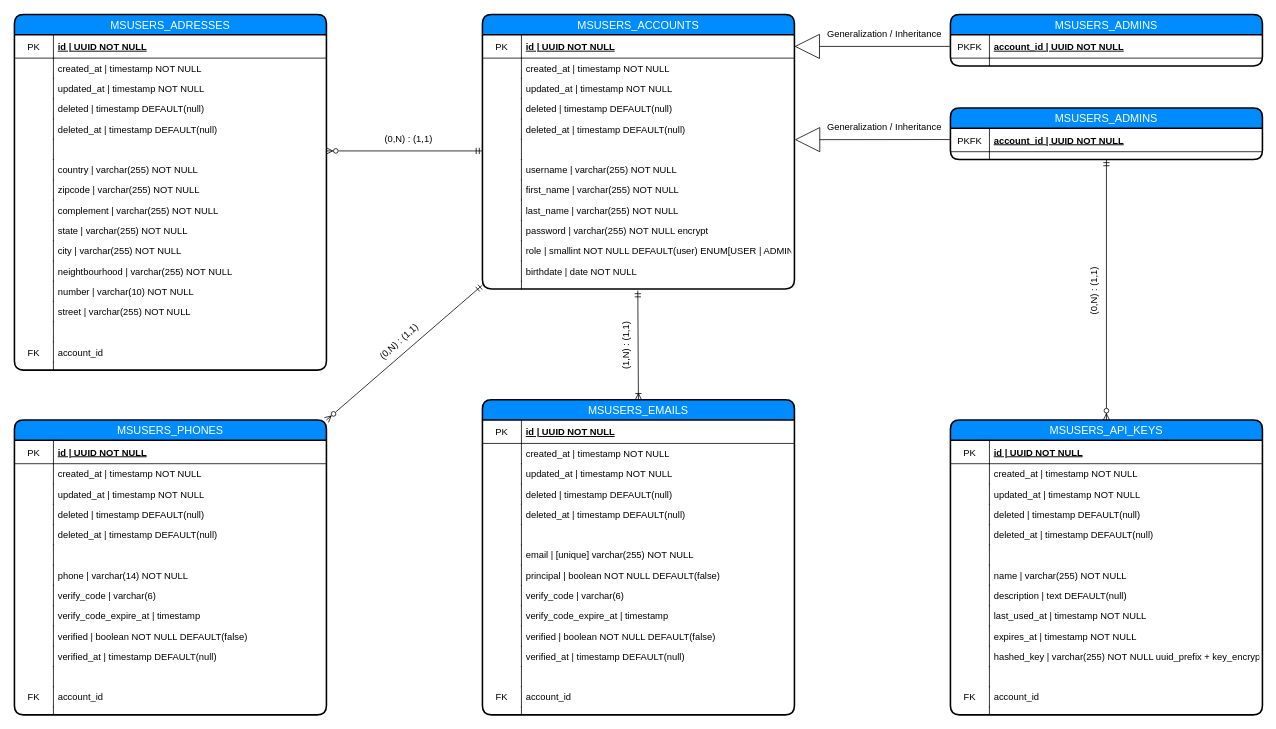
Above: page "Generic Microservice Accounts" (2 of 2) of diagrams/database-diagram.drawio in BrunoTanabe/generic-microservice-users (draw.io), before the change. Source tidied: cells renumbered, new cells numbered last; positions are measured from the earlier drawing's top-left corner, leaving out a move shared by most shapes. Both pictures are drawn from the tidied source at 78%, with x=0, y=0 at pixel (14, 14).
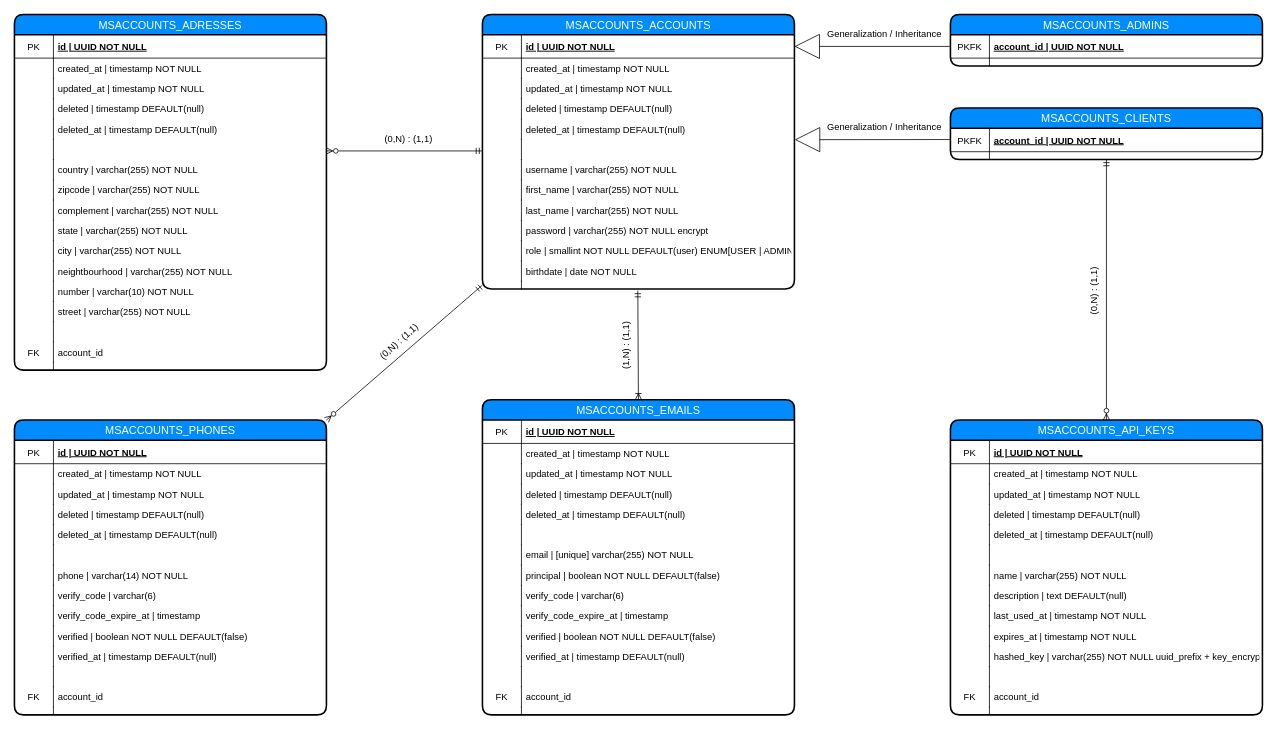
After the change.

Change to the diagram source:
```diff
@@
-    <mxCell id="2" value="MSUSERS_PHONES" style="swimlane;fontStyle=0;horizontal=1;startSize=26;fillColor=#008CFF;swimlaneFillColor=#ffffff;align=center;fontSize=14;strokeColor=#000000;gradientColor=none;strokeWidth=2;rounded=1;fontColor=#FFFFFF;" parent="1" vertex="1">
+    <mxCell id="2" value="MSACCOUNTS_PHONES" style="swimlane;fontStyle=0;horizontal=1;startSize=26;fillColor=#008CFF;swimlaneFillColor=#ffffff;align=center;fontSize=14;strokeColor=#000000;gradientColor=none;strokeWidth=2;rounded=1;fontColor=#FFFFFF;" parent="1" vertex="1">
       <mxGeometry y="520" width="400" height="378" as="geometry" />
     </mxCell>
@@
-    <mxCell id="31" value="MSUSERS_EMAILS" style="swimlane;fontStyle=0;horizontal=1;startSize=26;fillColor=#008CFF;swimlaneFillColor=#ffffff;align=center;fontSize=14;strokeColor=#000000;gradientColor=none;strokeWidth=2;rounded=1;fontColor=#FFFFFF;" parent="1" vertex="1">
+    <mxCell id="31" value="MSACCOUNTS_EMAILS" style="swimlane;fontStyle=0;horizontal=1;startSize=26;fillColor=#008CFF;swimlaneFillColor=#ffffff;align=center;fontSize=14;strokeColor=#000000;gradientColor=none;strokeWidth=2;rounded=1;fontColor=#FFFFFF;" parent="1" vertex="1">
       <mxGeometry x="600" y="494" width="400" height="404" as="geometry" />
     </mxCell>
@@
-    <mxCell id="62" value="MSUSERS_ADRESSES" style="swimlane;fontStyle=0;horizontal=1;startSize=26;fillColor=#008CFF;swimlaneFillColor=#ffffff;align=center;fontSize=14;strokeColor=#000000;gradientColor=none;strokeWidth=2;rounded=1;fontColor=#FFFFFF;" parent="1" vertex="1">
+    <mxCell id="62" value="MSACCOUNTS_ADRESSES" style="swimlane;fontStyle=0;horizontal=1;startSize=26;fillColor=#008CFF;swimlaneFillColor=#ffffff;align=center;fontSize=14;strokeColor=#000000;gradientColor=none;strokeWidth=2;rounded=1;fontColor=#FFFFFF;" parent="1" vertex="1">
       <mxGeometry width="400" height="456" as="geometry" />
     </mxCell>
@@
-    <mxCell id="97" value="MSUSERS_ACCOUNTS" style="swimlane;fontStyle=0;horizontal=1;startSize=26;fillColor=#008CFF;swimlaneFillColor=#ffffff;align=center;fontSize=14;strokeColor=#000000;gradientColor=none;strokeWidth=2;rounded=1;fontColor=#FFFFFF;" parent="1" vertex="1">
+    <mxCell id="97" value="MSACCOUNTS_ACCOUNTS" style="swimlane;fontStyle=0;horizontal=1;startSize=26;fillColor=#008CFF;swimlaneFillColor=#ffffff;align=center;fontSize=14;strokeColor=#000000;gradientColor=none;strokeWidth=2;rounded=1;fontColor=#FFFFFF;" parent="1" vertex="1">
       <mxGeometry x="600" width="400" height="352" as="geometry" />
     </mxCell>
@@
-    <mxCell id="130" value="MSUSERS_ADMINS" style="swimlane;fontStyle=0;horizontal=1;startSize=26;fillColor=#008CFF;swimlaneFillColor=#ffffff;align=center;fontSize=14;strokeColor=#000000;gradientColor=none;strokeWidth=2;rounded=1;fontColor=#FFFFFF;" parent="1" vertex="1">
+    <mxCell id="130" value="MSACCOUNTS_ADMINS" style="swimlane;fontStyle=0;horizontal=1;startSize=26;fillColor=#008CFF;swimlaneFillColor=#ffffff;align=center;fontSize=14;strokeColor=#000000;gradientColor=none;strokeWidth=2;rounded=1;fontColor=#FFFFFF;" parent="1" vertex="1">
       <mxGeometry x="1200" width="400" height="66" as="geometry" />
     </mxCell>
@@
-    <mxCell id="137" value="MSUSERS_ADMINS" style="swimlane;fontStyle=0;horizontal=1;startSize=26;fillColor=#008CFF;swimlaneFillColor=#ffffff;align=center;fontSize=14;strokeColor=#000000;gradientColor=none;strokeWidth=2;rounded=1;fontColor=#FFFFFF;" parent="1" vertex="1">
+    <mxCell id="137" value="MSACCOUNTS_CLIENTS" style="swimlane;fontStyle=0;horizontal=1;startSize=26;fillColor=#008CFF;swimlaneFillColor=#ffffff;align=center;fontSize=14;strokeColor=#000000;gradientColor=none;strokeWidth=2;rounded=1;fontColor=#FFFFFF;" parent="1" vertex="1">
       <mxGeometry x="1200" y="120" width="400" height="66" as="geometry" />
     </mxCell>
@@
-    <mxCell id="144" value="MSUSERS_API_KEYS" style="swimlane;fontStyle=0;horizontal=1;startSize=26;fillColor=#008CFF;swimlaneFillColor=#ffffff;align=center;fontSize=14;strokeColor=#000000;gradientColor=none;strokeWidth=2;rounded=1;fontColor=#FFFFFF;" parent="1" vertex="1">
+    <mxCell id="144" value="MSACCOUNTS_API_KEYS" style="swimlane;fontStyle=0;horizontal=1;startSize=26;fillColor=#008CFF;swimlaneFillColor=#ffffff;align=center;fontSize=14;strokeColor=#000000;gradientColor=none;strokeWidth=2;rounded=1;fontColor=#FFFFFF;" parent="1" vertex="1">
       <mxGeometry x="1200" y="520" width="400" height="378" as="geometry" />
     </mxCell>
```
